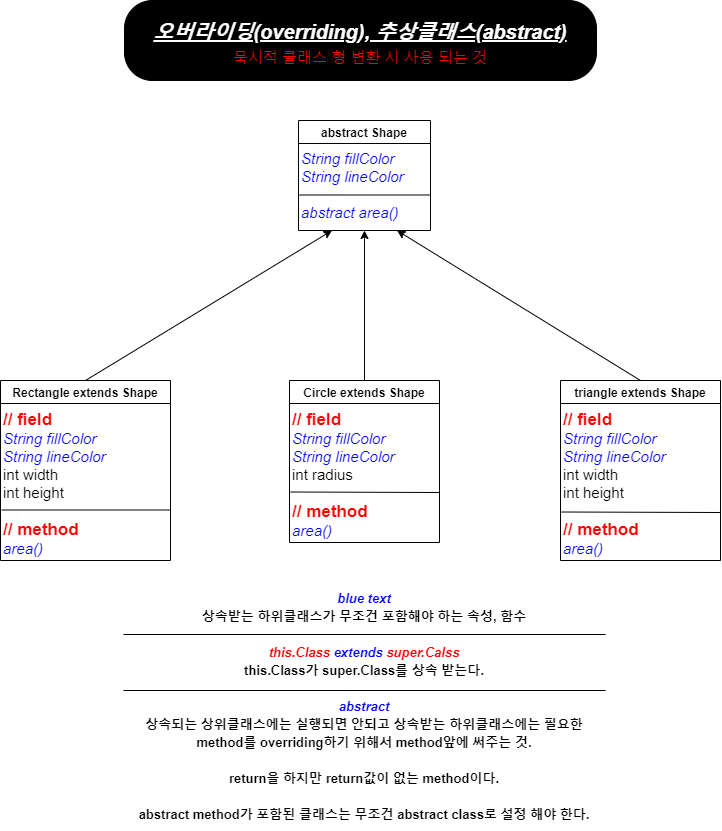
This is src/com/javaex/ex19/class_extends_abstract.png from hozzi-lee/chapter02, a draw.io export, as it was before one commit. Source tidied: cells renumbered, new cells last; positions are measured from the earlier drawing's top-left corner, leaving out a move shared by most shapes.
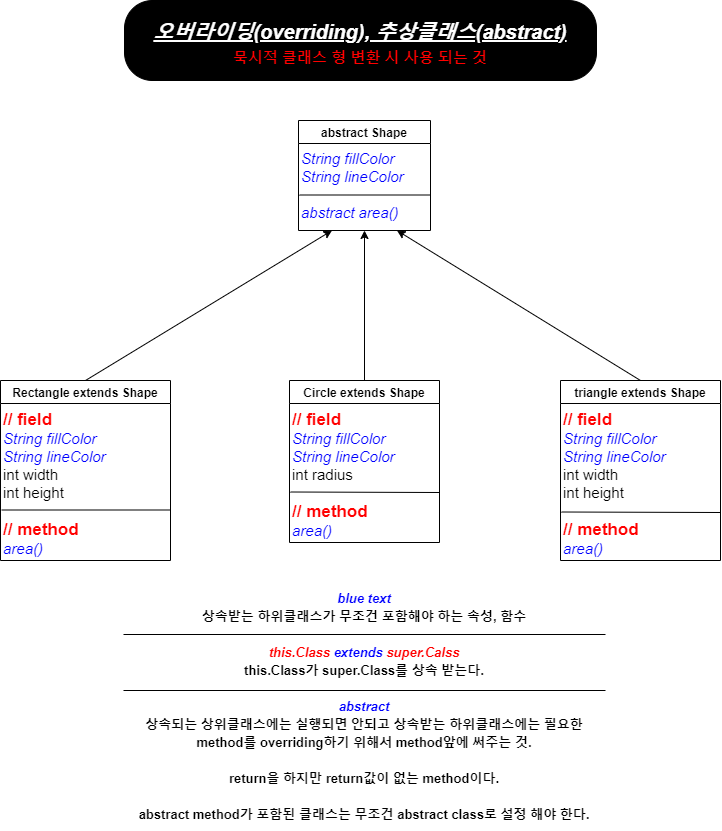
The same file after the commit.

Commit message:
21. 6. 9. 수) 오후수업) abstract class, abstract method

The edit, as a diff of the source:
```diff
@@ -77,7 +77,7 @@
         <mxPoint x="482" y="54" as="targetPoint" />
       </mxGeometry>
     </mxCell>
-    <mxCell id="21" value="&lt;b&gt;&lt;i&gt;&lt;u&gt;&lt;font style=&quot;font-size: 20px ; line-height: 170%&quot;&gt;오버라이딩(overriding), 추상클래스(abstract)&lt;br&gt;&lt;/font&gt;&lt;/u&gt;&lt;/i&gt;&lt;/b&gt;&lt;font style=&quot;font-size: 15px&quot; color=&quot;#ff0000&quot;&gt;묵시적 클래스 형 변환 시 사용 되는 것&lt;/font&gt;" style="rounded=1;whiteSpace=wrap;html=1;arcSize=35;fillColor=#000000;fontColor=#FFFFFF;" parent="1" vertex="1">
+    <mxCell id="21" value="&lt;span&gt;&lt;i&gt;&lt;u&gt;&lt;font style=&quot;font-size: 20px ; line-height: 170%&quot;&gt;오버라이딩(overriding), 추상클래스(abstract)&lt;br&gt;&lt;/font&gt;&lt;/u&gt;&lt;/i&gt;&lt;/span&gt;&lt;font style=&quot;font-size: 15px&quot; color=&quot;#ff0000&quot;&gt;묵시적 클래스 형 변환 시 사용 되는 것&lt;/font&gt;" style="rounded=1;whiteSpace=wrap;html=1;arcSize=35;fillColor=#000000;fontColor=#FFFFFF;fontStyle=1;" parent="1" vertex="1">
       <mxGeometry x="124" width="472" height="80" as="geometry" />
     </mxCell>
   </root>
```
